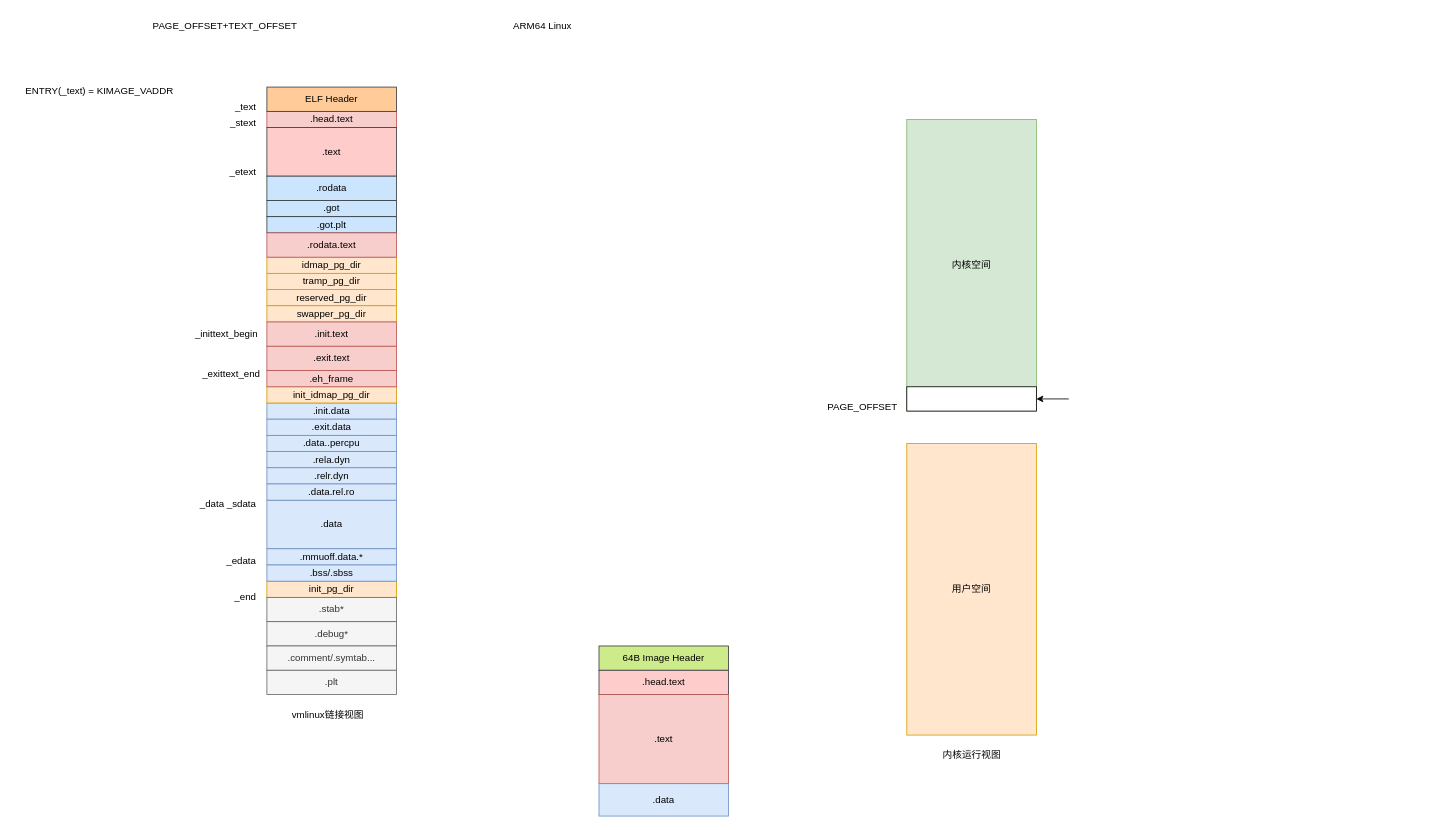
Above: page "第 1 页" (1 of 2) of linux/linux_boot.drawio in Aspiresky/draw.io (draw.io), before the change. Source tidied: cells renumbered, new cells numbered last; positions are measured from the earlier drawing's top-left corner, leaving out a move shared by most shapes. Both pictures are drawn from the tidied source at 81%, with x=0, y=0 at pixel (14, 14).
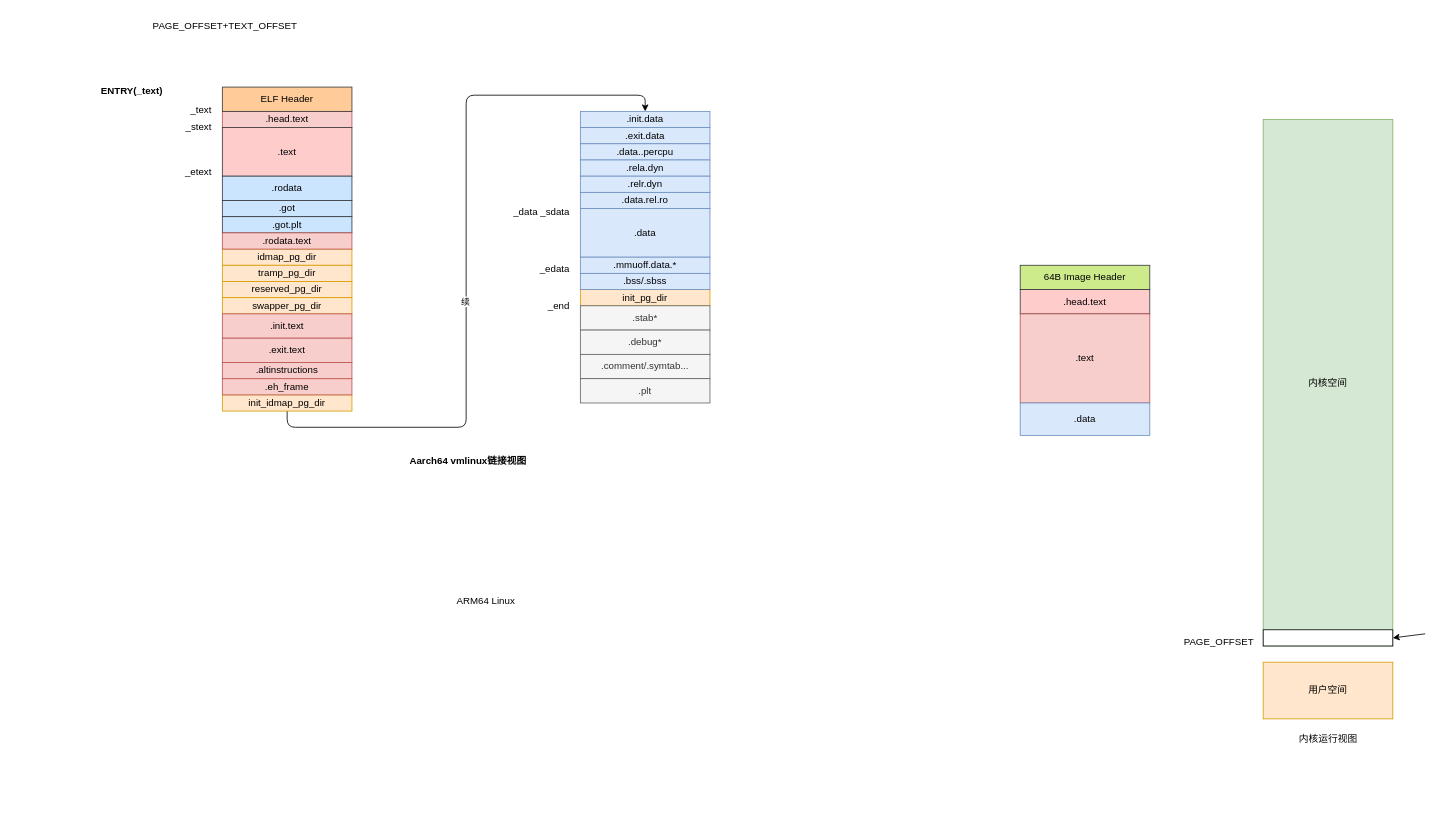
Above is the later version.

The edit, as a diff of the source:
```diff
@@
     <mxCell id="2" value=".head.text" style="rounded=0;whiteSpace=wrap;html=1;fillColor=#f8cecc;strokeColor=#b85450;" parent="1" vertex="1">
-      <mxGeometry x="312" y="120" width="160" height="20" as="geometry" />
+      <mxGeometry x="257" y="120" width="160" height="20" as="geometry" />
     </mxCell>
     <mxCell id="3" value=".text" style="rounded=0;whiteSpace=wrap;html=1;fillColor=#ffcccc;strokeColor=#36393d;" parent="1" vertex="1">
-      <mxGeometry x="312" y="140" width="160" height="60" as="geometry" />
+      <mxGeometry x="257" y="140" width="160" height="60" as="geometry" />
     </mxCell>
     <mxCell id="4" value="_text" style="text;html=1;align=right;verticalAlign=middle;strokeColor=none;fillColor=none;" parent="1" vertex="1">
-      <mxGeometry x="250" y="100" width="50" height="30" as="geometry" />
+      <mxGeometry x="195" y="103" width="50" height="30" as="geometry" />
     </mxCell>
-    <mxCell id="5" value="ENTRY(_text) = KIMAGE_VADDR" style="text;html=1;align=center;verticalAlign=middle;strokeColor=none;fillColor=none;" parent="1" vertex="1">
-      <mxGeometry y="80" width="210" height="30" as="geometry" />
+    <mxCell id="5" value="ENTRY(_text)" style="text;html=1;align=center;verticalAlign=middle;strokeColor=none;fillColor=none;fontStyle=1;" parent="1" vertex="1">
+      <mxGeometry x="95" y="80" width="100" height="30" as="geometry" />
     </mxCell>
     <mxCell id="6" value="_stext" style="text;html=1;align=right;verticalAlign=middle;strokeColor=none;fillColor=none;" parent="1" vertex="1">
-      <mxGeometry x="240" y="120" width="60" height="30" as="geometry" />
+      <mxGeometry x="185" y="125" width="60" height="30" as="geometry" />
     </mxCell>
     <mxCell id="7" value="_etext" style="text;html=1;align=right;verticalAlign=middle;strokeColor=none;fillColor=none;" parent="1" vertex="1">
-      <mxGeometry x="240" y="180" width="60" height="30" as="geometry" />
+      <mxGeometry x="185" y="180" width="60" height="30" as="geometry" />
     </mxCell>
     <mxCell id="8" value="idmap_pg_dir" style="rounded=0;whiteSpace=wrap;html=1;fillColor=#ffe6cc;strokeColor=#d79b00;" parent="1" vertex="1">
-      <mxGeometry x="312" y="300" width="160" height="20" as="geometry" />
+      <mxGeometry x="257" y="290" width="160" height="20" as="geometry" />
     </mxCell>
     <mxCell id="9" value="&lt;span style=&quot;white-space: nowrap;&quot;&gt;reserved_pg_dir&lt;/span&gt;" style="rounded=0;whiteSpace=wrap;html=1;fillColor=#ffe6cc;strokeColor=#d79b00;" parent="1" vertex="1">
-      <mxGeometry x="312" y="340" width="160" height="20" as="geometry" />
+      <mxGeometry x="257" y="330" width="160" height="20" as="geometry" />
     </mxCell>
     <mxCell id="10" value="&lt;span style=&quot;white-space: nowrap;&quot;&gt;swapper_pg_dir&lt;/span&gt;" style="rounded=0;whiteSpace=wrap;html=1;fillColor=#ffe6cc;strokeColor=#d79b00;" parent="1" vertex="1">
-      <mxGeometry x="312" y="360" width="160" height="20" as="geometry" />
+      <mxGeometry x="257" y="350" width="160" height="20" as="geometry" />
     </mxCell>
     <mxCell id="11" value="ARM64 Linux" style="text;html=1;align=center;verticalAlign=middle;strokeColor=none;fillColor=none;" parent="1" vertex="1">
-      <mxGeometry x="602" width="100" height="30" as="geometry" />
+      <mxGeometry x="532" y="710" width="100" height="30" as="geometry" />
     </mxCell>
     <mxCell id="12" value=".init.text" style="rounded=0;whiteSpace=wrap;html=1;fillColor=#f8cecc;strokeColor=#b85450;" parent="1" vertex="1">
-      <mxGeometry x="312" y="380" width="160" height="30" as="geometry" />
+      <mxGeometry x="257" y="370" width="160" height="30" as="geometry" />
     </mxCell>
     <mxCell id="13" value=".exit.text" style="rounded=0;whiteSpace=wrap;html=1;fillColor=#f8cecc;strokeColor=#b85450;" parent="1" vertex="1">
-      <mxGeometry x="312" y="410" width="160" height="30" as="geometry" />
+      <mxGeometry x="257" y="400" width="160" height="30" as="geometry" />
     </mxCell>
     <mxCell id="14" value=".init.data" style="rounded=0;whiteSpace=wrap;html=1;fillColor=#dae8fc;strokeColor=#6c8ebf;" parent="1" vertex="1">
-      <mxGeometry x="312" y="480" width="160" height="20" as="geometry" />
+      <mxGeometry x="699" y="120" width="160" height="20" as="geometry" />
     </mxCell>
     <mxCell id="15" value=".exit.data" style="rounded=0;whiteSpace=wrap;html=1;fillColor=#dae8fc;strokeColor=#6c8ebf;" parent="1" vertex="1">
-      <mxGeometry x="312" y="500" width="160" height="20" as="geometry" />
+      <mxGeometry x="699" y="140" width="160" height="20" as="geometry" />
     </mxCell>
     <mxCell id="16" value=".data" style="rounded=0;whiteSpace=wrap;html=1;fillColor=#dae8fc;strokeColor=#6c8ebf;" parent="1" vertex="1">
-      <mxGeometry x="312" y="600" width="160" height="60" as="geometry" />
+      <mxGeometry x="699" y="240" width="160" height="60" as="geometry" />
     </mxCell>
     <mxCell id="17" value="init_pg_dir" style="rounded=0;whiteSpace=wrap;html=1;fillColor=#ffe6cc;strokeColor=#d79b00;" parent="1" vertex="1">
-      <mxGeometry x="312" y="700" width="160" height="20" as="geometry" />
+      <mxGeometry x="699" y="340" width="160" height="20" as="geometry" />
     </mxCell>
     <mxCell id="18" value="内核空间" style="rounded=0;whiteSpace=wrap;html=1;fillColor=#d5e8d4;strokeColor=#82b366;" parent="1" vertex="1">
-      <mxGeometry x="1102" y="130" width="160" height="360" as="geometry" />
+      <mxGeometry x="1542" y="130" width="160" height="650" as="geometry" />
     </mxCell>
     <mxCell id="19" value="用户空间" style="rounded=0;whiteSpace=wrap;html=1;fillColor=#ffe6cc;strokeColor=#d79b00;" parent="1" vertex="1">
-      <mxGeometry x="1102" y="530" width="160" height="360" as="geometry" />
+      <mxGeometry x="1542" y="800" width="160" height="70" as="geometry" />
     </mxCell>
     <mxCell id="20" value="PAGE_OFFSET" style="text;html=1;align=center;verticalAlign=middle;strokeColor=none;fillColor=none;" parent="1" vertex="1">
-      <mxGeometry x="992" y="470" width="110" height="30" as="geometry" />
+      <mxGeometry x="1432" y="760" width="110" height="30" as="geometry" />
     </mxCell>
-    <mxCell id="21" value="vmlinux链接视图" style="text;html=1;align=center;verticalAlign=middle;strokeColor=none;fillColor=none;" parent="1" vertex="1">
-      <mxGeometry x="332" y="850" width="110" height="30" as="geometry" />
+    <mxCell id="21" value="Aarch64 vmlinux链接视图" style="text;html=1;align=center;verticalAlign=middle;strokeColor=none;fillColor=none;fontStyle=1;" parent="1" vertex="1">
+      <mxGeometry x="482" y="539" width="155" height="26" as="geometry" />
     </mxCell>
     <mxCell id="22" value="内核运行视图" style="text;html=1;align=center;verticalAlign=middle;strokeColor=none;fillColor=none;" parent="1" vertex="1">
-      <mxGeometry x="1132" y="900" width="100" height="30" as="geometry" />
+      <mxGeometry x="1572" y="880" width="100" height="30" as="geometry" />
     </mxCell>
     <mxCell id="23" style="rounded=0;whiteSpace=wrap;html=1;" parent="1" vertex="1">
-      <mxGeometry x="1102" y="460" width="160" height="30" as="geometry" />
+      <mxGeometry x="1542" y="760" width="160" height="20" as="geometry" />
     </mxCell>
     <mxCell id="24" style="endArrow=classic;html=1;rounded=0;entryX=1;entryY=0.5;entryDx=0;entryDy=0;" parent="1" edge="1" target="23">
       <mxGeometry relative="1" as="geometry">
-        <mxPoint x="1302" y="475" as="sourcePoint" />
+        <mxPoint x="1742" y="765" as="sourcePoint" />
       </mxGeometry>
     </mxCell>
@@
     <mxCell id="26" value="ELF Header" style="rounded=0;whiteSpace=wrap;html=1;fillColor=#ffcc99;strokeColor=#36393d;" parent="1" vertex="1">
-      <mxGeometry x="312" y="90" width="160" height="30" as="geometry" />
+      <mxGeometry x="257" y="90" width="160" height="30" as="geometry" />
     </mxCell>
     <mxCell id="27" value=".stab*" style="rounded=0;whiteSpace=wrap;html=1;fillColor=#f5f5f5;strokeColor=#666666;fontColor=#333333;" parent="1" vertex="1">
-      <mxGeometry x="312" y="720" width="160" height="30" as="geometry" />
+      <mxGeometry x="699" y="360" width="160" height="30" as="geometry" />
     </mxCell>
     <mxCell id="28" value="64B Image Header" style="rounded=0;whiteSpace=wrap;html=1;fillColor=#cdeb8b;strokeColor=#36393d;" parent="1" vertex="1">
-      <mxGeometry x="722" y="780" width="160" height="30" as="geometry" />
+      <mxGeometry x="1242" y="310" width="160" height="30" as="geometry" />
     </mxCell>
     <mxCell id="29" value=".head.text" style="rounded=0;whiteSpace=wrap;html=1;fillColor=#ffcccc;strokeColor=#36393d;" parent="1" vertex="1">
-      <mxGeometry x="722" y="810" width="160" height="30" as="geometry" />
+      <mxGeometry x="1242" y="340" width="160" height="30" as="geometry" />
     </mxCell>
     <mxCell id="30" value=".text" style="rounded=0;whiteSpace=wrap;html=1;fillColor=#f8cecc;strokeColor=#b85450;" parent="1" vertex="1">
-      <mxGeometry x="722" y="840" width="160" height="110" as="geometry" />
+      <mxGeometry x="1242" y="370" width="160" height="110" as="geometry" />
     </mxCell>
     <mxCell id="31" value=".data" style="rounded=0;whiteSpace=wrap;html=1;fillColor=#dae8fc;strokeColor=#6c8ebf;" parent="1" vertex="1">
-      <mxGeometry x="722" y="950" width="160" height="40" as="geometry" />
+      <mxGeometry x="1242" y="480" width="160" height="40" as="geometry" />
     </mxCell>
+    <mxCell id="53" style="edgeStyle=orthogonalEdgeStyle;rounded=1;jettySize=auto;html=1;exitX=0.5;exitY=1;exitDx=0;exitDy=0;entryX=0.5;entryY=0;entryDx=0;entryDy=0;curved=0;" parent="1" edge="1" source="32" target="14">
+      <mxGeometry relative="1" as="geometry" />
+    </mxCell>
+    <mxCell id="54" value="续" style="edgeLabel;html=1;align=center;verticalAlign=middle;" parent="53" vertex="1">
+      <mxGeometry x="-0.11" y="2" relative="1" as="geometry" />
+    </mxCell>
     <mxCell id="32" value="init_idmap_pg_dir" style="rounded=0;whiteSpace=wrap;html=1;fillColor=#ffe6cc;strokeColor=#d79b00;" parent="1" vertex="1">
-      <mxGeometry x="312" y="460" width="160" height="20" as="geometry" />
+      <mxGeometry x="257" y="470" width="160" height="20" as="geometry" />
     </mxCell>
     <mxCell id="33" value=".data..percpu" style="rounded=0;whiteSpace=wrap;html=1;fillColor=#dae8fc;strokeColor=#6c8ebf;" parent="1" vertex="1">
-      <mxGeometry x="312" y="520" width="160" height="20" as="geometry" />
+      <mxGeometry x="699" y="160" width="160" height="20" as="geometry" />
     </mxCell>
     <mxCell id="34" value=".rela.dyn" style="rounded=0;whiteSpace=wrap;html=1;fillColor=#dae8fc;strokeColor=#6c8ebf;" parent="1" vertex="1">
-      <mxGeometry x="312" y="540" width="160" height="20" as="geometry" />
+      <mxGeometry x="699" y="180" width="160" height="20" as="geometry" />
     </mxCell>
     <mxCell id="35" value=".relr.dyn" style="rounded=0;whiteSpace=wrap;html=1;fillColor=#dae8fc;strokeColor=#6c8ebf;" parent="1" vertex="1">
-      <mxGeometry x="312" y="560" width="160" height="20" as="geometry" />
+      <mxGeometry x="699" y="200" width="160" height="20" as="geometry" />
     </mxCell>
     <mxCell id="36" value=".debug*" style="rounded=0;whiteSpace=wrap;html=1;fillColor=#f5f5f5;strokeColor=#666666;fontColor=#333333;" parent="1" vertex="1">
-      <mxGeometry x="312" y="750" width="160" height="30" as="geometry" />
+      <mxGeometry x="699" y="390" width="160" height="30" as="geometry" />
     </mxCell>
     <mxCell id="37" value=".comment/.symtab..." style="rounded=0;whiteSpace=wrap;html=1;fillColor=#f5f5f5;strokeColor=#666666;fontColor=#333333;" parent="1" vertex="1">
-      <mxGeometry x="312" y="780" width="160" height="30" as="geometry" />
+      <mxGeometry x="699" y="420" width="160" height="30" as="geometry" />
     </mxCell>
     <mxCell id="38" value=".plt" style="rounded=0;whiteSpace=wrap;html=1;fillColor=#f5f5f5;strokeColor=#666666;fontColor=#333333;" parent="1" vertex="1">
-      <mxGeometry x="312" y="810" width="160" height="30" as="geometry" />
+      <mxGeometry x="699" y="450" width="160" height="30" as="geometry" />
     </mxCell>
     <mxCell id="39" value=".rodata" style="rounded=0;whiteSpace=wrap;html=1;fillColor=#cce5ff;strokeColor=#36393d;" parent="1" vertex="1">
-      <mxGeometry x="312" y="200" width="160" height="30" as="geometry" />
+      <mxGeometry x="257" y="200" width="160" height="30" as="geometry" />
     </mxCell>
     <mxCell id="40" value=".got" style="rounded=0;whiteSpace=wrap;html=1;fillColor=#cce5ff;strokeColor=#36393d;" parent="1" vertex="1">
-      <mxGeometry x="312" y="230" width="160" height="20" as="geometry" />
+      <mxGeometry x="257" y="230" width="160" height="20" as="geometry" />
     </mxCell>
     <mxCell id="41" value=".got.plt" style="rounded=0;whiteSpace=wrap;html=1;fillColor=#cce5ff;strokeColor=#36393d;" parent="1" vertex="1">
-      <mxGeometry x="312" y="250" width="160" height="20" as="geometry" />
+      <mxGeometry x="257" y="250" width="160" height="20" as="geometry" />
     </mxCell>
     <mxCell id="42" value=".rodata.text" style="rounded=0;whiteSpace=wrap;html=1;fillColor=#f8cecc;strokeColor=#b85450;" parent="1" vertex="1">
-      <mxGeometry x="312" y="270" width="160" height="30" as="geometry" />
+      <mxGeometry x="257" y="270" width="160" height="20" as="geometry" />
     </mxCell>
     <mxCell id="43" value="tramp_pg_dir" style="rounded=0;whiteSpace=wrap;html=1;fillColor=#ffe6cc;strokeColor=#d79b00;" parent="1" vertex="1">
-      <mxGeometry x="312" y="320" width="160" height="20" as="geometry" />
+      <mxGeometry x="257" y="310" width="160" height="20" as="geometry" />
     </mxCell>
     <mxCell id="44" value=".eh_frame" style="rounded=0;whiteSpace=wrap;html=1;fillColor=#f8cecc;strokeColor=#b85450;" parent="1" vertex="1">
-      <mxGeometry x="312" y="440" width="160" height="20" as="geometry" />
+      <mxGeometry x="257" y="450" width="160" height="20" as="geometry" />
     </mxCell>
     <mxCell id="45" value="_data _sdata" style="text;html=1;align=right;verticalAlign=middle;strokeColor=none;fillColor=none;" parent="1" vertex="1">
-      <mxGeometry x="210" y="590" width="90" height="30" as="geometry" />
+      <mxGeometry x="597" y="230" width="90" height="30" as="geometry" />
     </mxCell>
     <mxCell id="46" value=".data.rel.ro" style="rounded=0;whiteSpace=wrap;html=1;fillColor=#dae8fc;strokeColor=#6c8ebf;" parent="1" vertex="1">
-      <mxGeometry x="312" y="580" width="160" height="20" as="geometry" />
+      <mxGeometry x="699" y="220" width="160" height="20" as="geometry" />
     </mxCell>
     <mxCell id="47" value=".mmuoff.data.*" style="rounded=0;whiteSpace=wrap;html=1;fillColor=#dae8fc;strokeColor=#6c8ebf;" parent="1" vertex="1">
-      <mxGeometry x="312" y="660" width="160" height="20" as="geometry" />
+      <mxGeometry x="699" y="300" width="160" height="20" as="geometry" />
     </mxCell>
     <mxCell id="48" value=".bss/.sbss" style="rounded=0;whiteSpace=wrap;html=1;fillColor=#dae8fc;strokeColor=#6c8ebf;" parent="1" vertex="1">
-      <mxGeometry x="312" y="680" width="160" height="20" as="geometry" />
+      <mxGeometry x="699" y="320" width="160" height="20" as="geometry" />
     </mxCell>
     <mxCell id="49" value="_end" style="text;html=1;align=right;verticalAlign=middle;strokeColor=none;fillColor=none;" parent="1" vertex="1">
-      <mxGeometry x="250" y="705" width="50" height="30" as="geometry" />
+      <mxGeometry x="637" y="345" width="50" height="30" as="geometry" />
     </mxCell>
     <mxCell id="50" value="_edata" style="text;html=1;align=right;verticalAlign=middle;strokeColor=none;fillColor=none;" parent="1" vertex="1">
-      <mxGeometry x="240" y="660" width="60" height="30" as="geometry" />
+      <mxGeometry x="627" y="300" width="60" height="30" as="geometry" />
     </mxCell>
-    <mxCell id="51" value="_exittext_end" style="text;html=1;align=right;verticalAlign=middle;strokeColor=none;fillColor=none;" parent="1" vertex="1">
-      <mxGeometry x="215" y="430" width="90" height="30" as="geometry" />
-    </mxCell>
-    <mxCell id="52" value="_inittext_begin" style="text;html=1;align=right;verticalAlign=middle;strokeColor=none;fillColor=none;" parent="1" vertex="1">
-      <mxGeometry x="202" y="380" width="100" height="30" as="geometry" />
-    </mxCell>
+    <mxCell id="55" value=".altinstructions" style="rounded=0;whiteSpace=wrap;html=1;fillColor=#f8cecc;strokeColor=#b85450;" parent="1" vertex="1">
+      <mxGeometry x="257" y="430" width="160" height="20" as="geometry" />
+    </mxCell>
```
